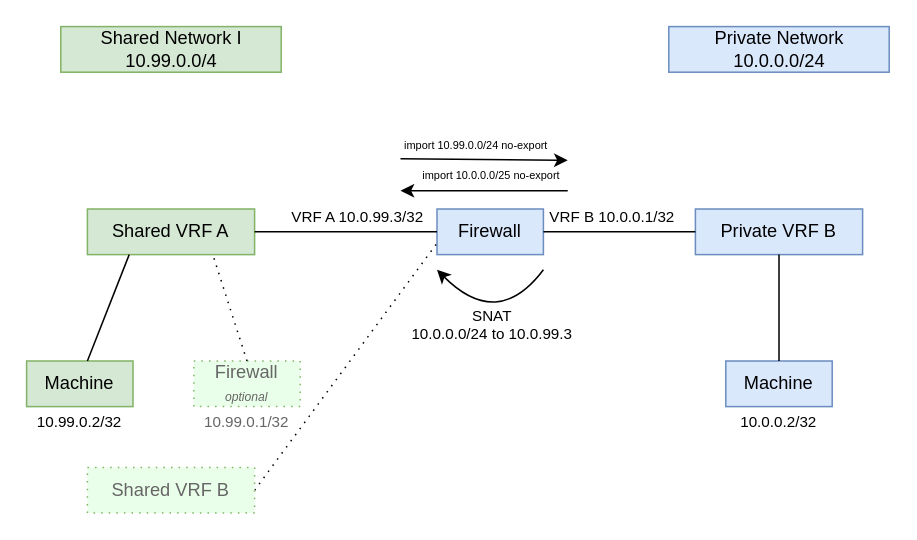
Above: docs/src/development/proposals/MEP5/shared.drawio in metal-stack/docs (draw.io), before the change. Source tidied: cells renumbered, new cells numbered last; positions are measured from the earlier drawing's top-left corner, leaving out a move shared by most shapes. Both pictures are drawn from the tidied source at 152%, with x=0, y=0 at pixel (26, 26).
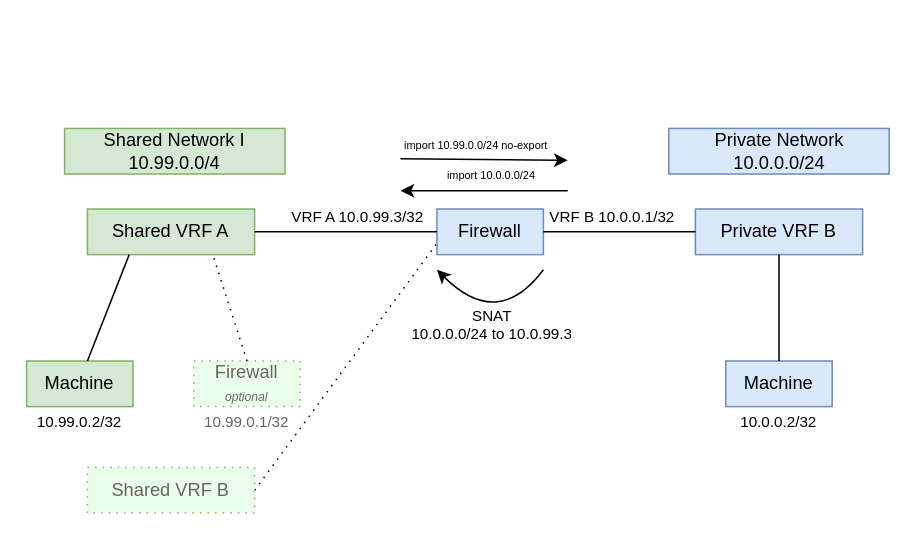
After the change.

The edit, as a diff of the source:
```diff
@@
     <mxCell id="18" value="Shared Network I&lt;br&gt;10.99.0.0/4" style="text;html=1;strokeColor=#82b366;fillColor=#d5e8d4;align=center;verticalAlign=middle;whiteSpace=wrap;rounded=0;" parent="1" vertex="1">
-      <mxGeometry x="22.5" width="145" height="30" as="geometry" />
+      <mxGeometry x="25" y="67" width="145" height="30" as="geometry" />
     </mxCell>
     <mxCell id="19" value="Private Network&lt;br&gt;10.0.0.0/24" style="text;html=1;strokeColor=#6c8ebf;fillColor=#dae8fc;align=center;verticalAlign=middle;whiteSpace=wrap;rounded=0;" parent="1" vertex="1">
-      <mxGeometry x="422.5" width="145" height="30" as="geometry" />
+      <mxGeometry x="422.5" y="67" width="145" height="30" as="geometry" />
     </mxCell>
@@
-    <mxCell id="25" value="&lt;span style=&quot;color: rgb(0 , 0 , 0) ; font-family: &amp;#34;helvetica&amp;#34; ; font-size: 7.2px ; font-style: normal ; font-weight: 400 ; letter-spacing: normal ; text-align: center ; text-indent: 0px ; text-transform: none ; word-spacing: 0px ; background-color: rgb(255 , 255 , 255) ; display: inline ; float: none&quot;&gt;import 10.0.0.0/25 no-export&lt;/span&gt;" style="text;html=1;strokeColor=none;fillColor=none;align=center;verticalAlign=middle;whiteSpace=wrap;rounded=0;" parent="1" vertex="1">
+    <mxCell id="25" value="&lt;span style=&quot;color: rgb(0 , 0 , 0) ; font-family: &amp;#34;helvetica&amp;#34; ; font-size: 7.2px ; font-style: normal ; font-weight: 400 ; letter-spacing: normal ; text-align: center ; text-indent: 0px ; text-transform: none ; word-spacing: 0px ; background-color: rgb(255 , 255 , 255) ; display: inline ; float: none&quot;&gt;import 10.0.0.0/24&lt;/span&gt;" style="text;html=1;strokeColor=none;fillColor=none;align=center;verticalAlign=middle;whiteSpace=wrap;rounded=0;" parent="1" vertex="1">
       <mxGeometry x="251" y="87" width="110" height="20" as="geometry" />
     </mxCell>
```
